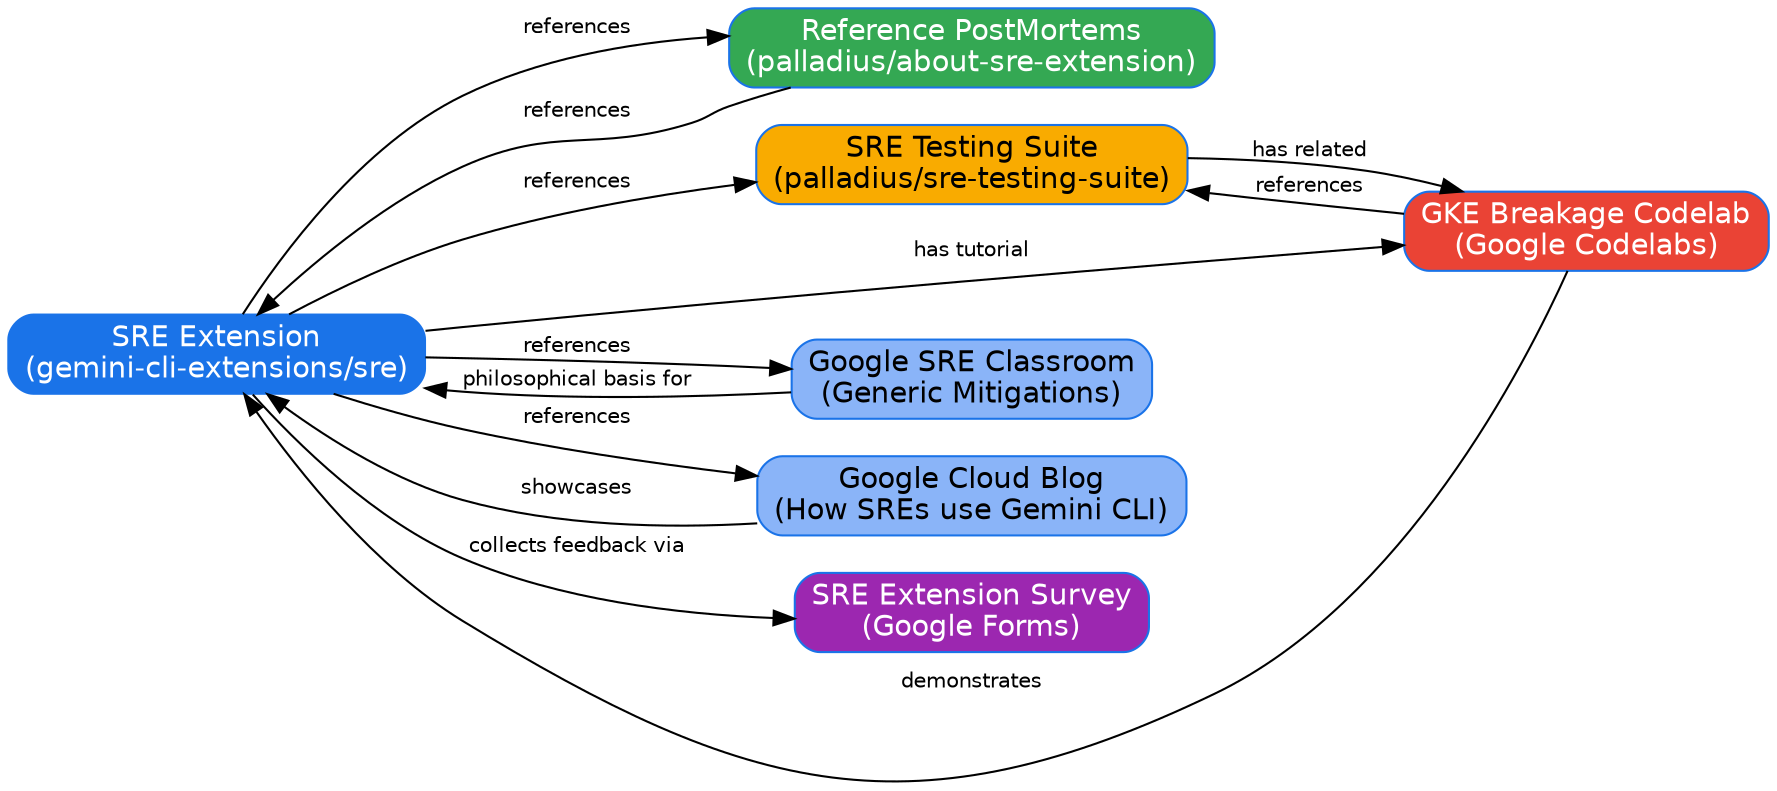
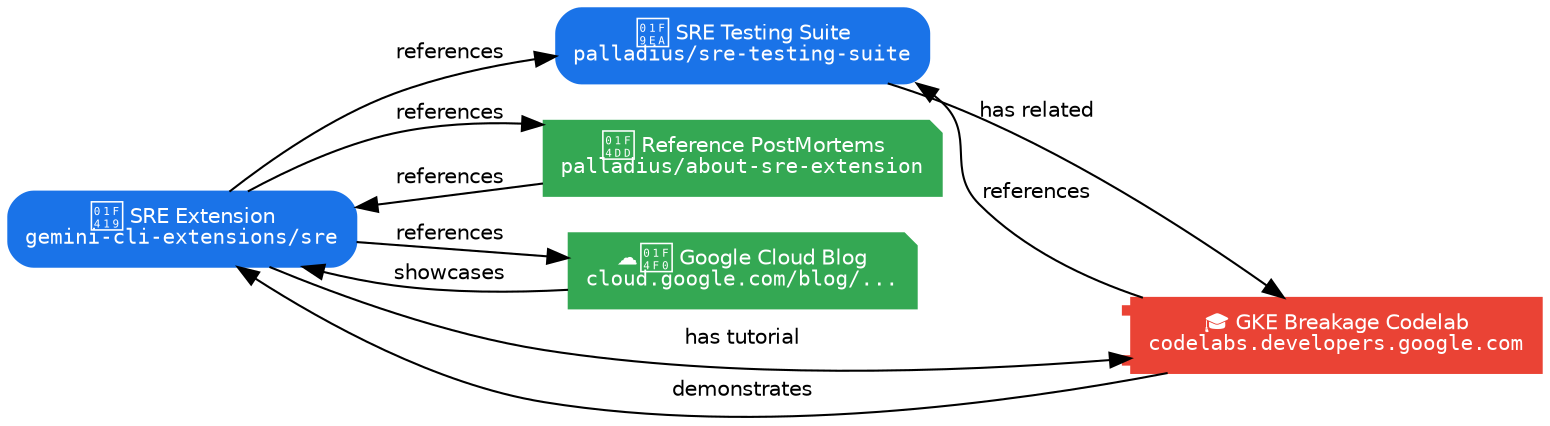
digraph G {
    rankdir=LR;
-     node [shape=box, style="filled,rounded", color="#1a73e8", fontcolor=white, fontname="Helvetica"];
+     node [fontname="Helvetica", fontsize=10];
    edge [fontname="Helvetica", fontsize=10];

-     // Nodes
-     sre_extension [label="SRE Extension\n(gemini-cli-extensions/sre)", fillcolor="#1a73e8"];
-     about_sre_extension [label="Reference PostMortems\n(palladius/about-sre-extension)", fillcolor="#34a853"];
-     testing_suite [label="SRE Testing Suite\n(palladius/sre-testing-suite)", fillcolor="#f9ab00", fontcolor=black];
-     gke_codelab [label="GKE Breakage Codelab\n(Google Codelabs)", fillcolor="#ea4335"];
-     sre_classroom [label="Google SRE Classroom\n(Generic Mitigations)", fillcolor="#8ab4f8", fontcolor=black];
-     sre_blog [label="Google Cloud Blog\n(How SREs use Gemini CLI)", fillcolor="#8ab4f8", fontcolor=black];
-     survey [label="SRE Extension Survey\n(Google Forms)", fillcolor="#9c27b0"];
+     // --- TYPE 1: Code (Repositories) ---
+     node [shape=box, style="filled,rounded", color="#1a73e8", fillcolor="#1a73e8", fontcolor=white];
+     sre_extension [
+         label=<🐙 SRE Extension<br/><font face="Courier">gemini-cli-extensions/sre</font>>,
+         URL="https://github.com/gemini-cli-extensions/sre"
+     ];
+     testing_suite [
+         label=<🧪 SRE Testing Suite<br/><font face="Courier">palladius/sre-testing-suite</font>>,
+         URL="https://github.com/palladius/sre-testing-suite"
+     ];
+ 
+     // --- TYPE 2: Articles / Docs ---
+     node [shape=note, style="filled", color="#34a853", fillcolor="#34a853", fontcolor=white];
+     about_sre_extension [
+         label=<📝 Reference PostMortems<br/><font face="Courier">palladius/about-sre-extension</font>>,
+         URL="https://github.com/palladius/about-sre-extension"
+     ];
+     sre_blog [
+         label=<☁️📰 Google Cloud Blog<br/><font face="Courier">cloud.google.com/blog/...</font>>,
+         URL="https://cloud.google.com/blog/topics/developers-practitioners/how-google-sres-use-gemini-cli-to-solve-real-world-outages"
+     ];
+ 
+     // --- TYPE 3: Codelabs / Tutorials ---
+     node [shape=component, style="filled", color="#ea4335", fillcolor="#ea4335", fontcolor=white];
+     gke_codelab [
+         label=<🎓 GKE Breakage Codelab<br/><font face="Courier">codelabs.developers.google.com</font>>,
+         URL="https://codelabs.developers.google.com/codelabs/investigate-gke-cluster-breakage-scenarios-with-postmortem#0"
+     ];

    // Central Star Links (SRE Extension -> All Nodes)
    sre_extension -> about_sre_extension [label="references"];
    sre_extension -> testing_suite [label="references"];
    sre_extension -> gke_codelab [label="has tutorial"];
-     sre_extension -> sre_classroom [label="references"];
    sre_extension -> sre_blog [label="references"];
-     sre_extension -> survey [label="collects feedback via"];

    // Other Relationships
    about_sre_extension -> sre_extension [label="references"];
    testing_suite -> gke_codelab [label="has related"];
    gke_codelab -> testing_suite [label="references"];
    gke_codelab -> sre_extension [label="demonstrates"];
-     sre_classroom -> sre_extension [label="philosophical basis for"];
    sre_blog -> sre_extension [label="showcases"];
}
